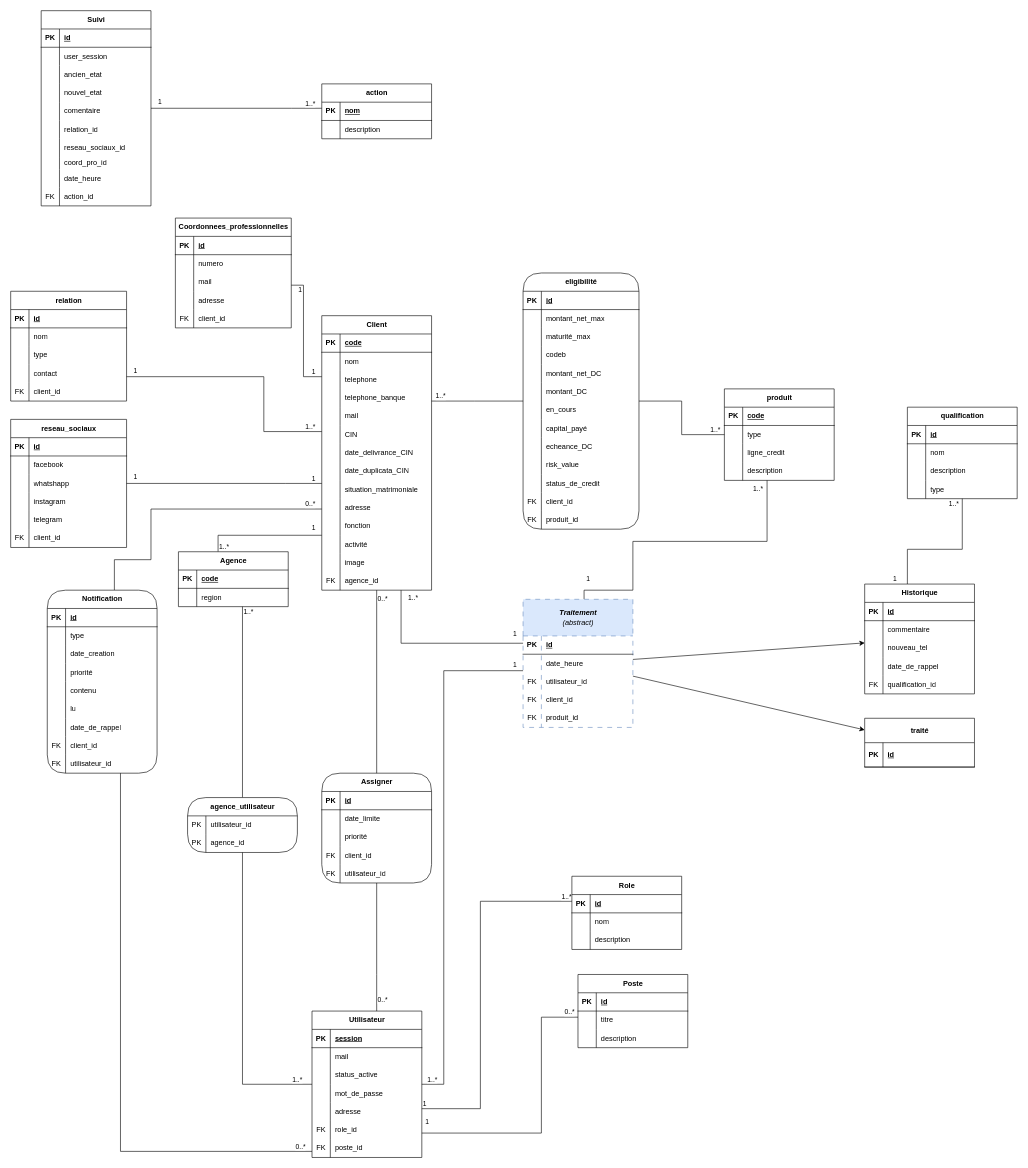
Above: presentationMCD-ABM-BLIPP.drawio in 34arsonEddy/ABM (draw.io), before the change. Source tidied: cells renumbered, new cells numbered last; positions are measured from the earlier drawing's top-left corner, leaving out a move shared by most shapes. Both pictures are drawn from the tidied source at 61%, with x=0, y=0 at pixel (10, 10).
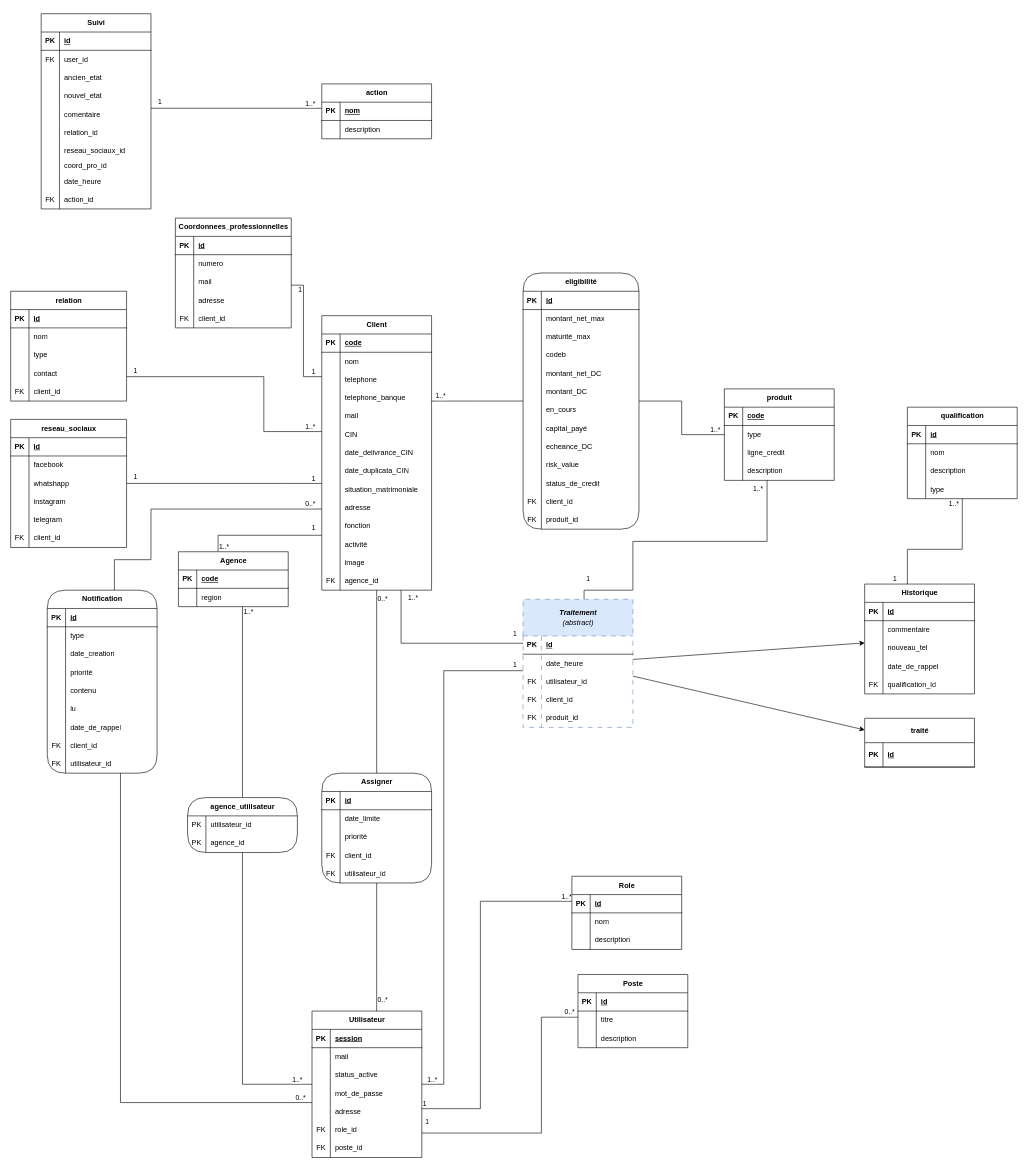
The same diagram, later.

Commit message:
Mettre à jour presentationMCD-ABM-BLIPP.drawio

Unchanged cells that the change refers to:
```xml
<mxCell id="45" style="shape=tableRow;horizontal=0;startSize=0;swimlaneHead=0;swimlaneBody=0;fillColor=none;top=0;left=0;right=0;bottom=0;" parent="41" vertex="1">
  <mxGeometry y="60" width="180" height="30" as="geometry" />
</mxCell>
<mxCell id="173" value="Notification" style="shape=table;startSize=30;childLayout=tableLayout;rowLines=0;fontStyle=1;align=center;html=1;rounded=1;arcSize=50;swimlaneLine=1;" parent="1" vertex="1">
  <mxGeometry x="60" y="950" width="180" height="300" as="geometry" />
</mxCell>
<mxCell id="332" value="Utilisateur" style="shape=table;startSize=30;childLayout=tableLayout;rowLines=0;fontStyle=1;align=center;html=1;" parent="1" vertex="1">
  <mxGeometry x="494" y="1640" width="180" height="240" as="geometry" />
</mxCell>
```

What changed in the source:
```diff
@@
     <mxCell id="41" value="Suivi" style="shape=table;startSize=30;childLayout=tableLayout;rowLines=0;fontStyle=1;align=center;html=1;" parent="1" vertex="1">
-      <mxGeometry x="50" width="180" height="320" as="geometry" />
+      <mxGeometry x="50" y="5" width="180" height="320" as="geometry" />
     </mxCell>
@@
-    <mxCell id="46" style="shape=partialRectangle;fillColor=none;top=0;left=0;bottom=0;right=0;overflow=hidden;whiteSpace=wrap;html=1;" parent="45" vertex="1">
+    <mxCell id="46" value="FK" style="shape=partialRectangle;fillColor=none;top=0;left=0;bottom=0;right=0;overflow=hidden;whiteSpace=wrap;html=1;" parent="45" vertex="1">
       <mxGeometry width="30" height="30" as="geometry" />
     </mxCell>
-    <mxCell id="47" value="user_session" style="shape=partialRectangle;fillColor=none;top=0;left=0;bottom=0;right=0;align=left;spacingLeft=6;overflow=hidden;whiteSpace=wrap;html=1;" parent="45" vertex="1">
+    <mxCell id="47" value="user_id" style="shape=partialRectangle;fillColor=none;top=0;left=0;bottom=0;right=0;align=left;spacingLeft=6;overflow=hidden;whiteSpace=wrap;html=1;" parent="45" vertex="1">
       <mxGeometry x="30" width="150" height="30" as="geometry" />
     </mxCell>
@@
     <mxCell id="328" style="endArrow=none;html=1;edgeStyle=orthogonalEdgeStyle;rounded=0;" parent="1" edge="1" source="173" target="332">
       <mxGeometry relative="1" as="geometry">
         <Array as="points">
-          <mxPoint x="180" y="1870" />
+          <mxPoint x="180" y="1790" />
         </Array>
       </mxGeometry>
     </mxCell>
```
